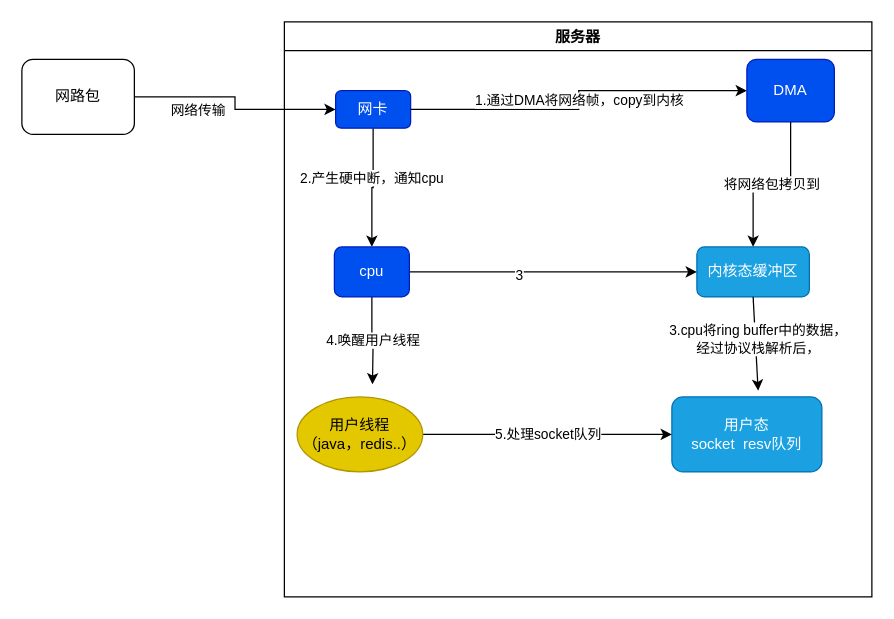
This is allIn/linux/net/网络包处理流程图.drawio from wuma2020/note, a draw.io file, before an edit. Source tidied: cells renumbered, new cells numbered last; positions are measured from the earlier drawing's top-left corner, leaving out a move shared by most shapes. Both pictures are drawn from the tidied source at 125%, with x=0, y=0 at pixel (21, 21).
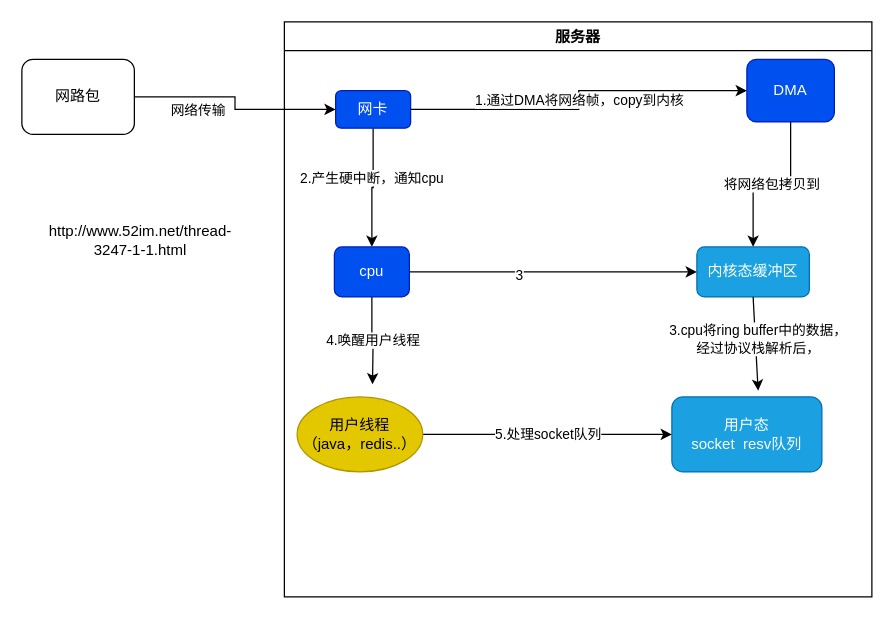
After the change.

Change to the diagram source:
```diff
@@
+    <mxCell id="22" value="http://www.52im.net/thread-3247-1-1.html" style="text;html=1;strokeColor=none;fillColor=none;align=center;verticalAlign=middle;whiteSpace=wrap;rounded=0;" parent="1" vertex="1">
+      <mxGeometry x="20" y="150" width="150" height="50" as="geometry" />
+    </mxCell>
```
